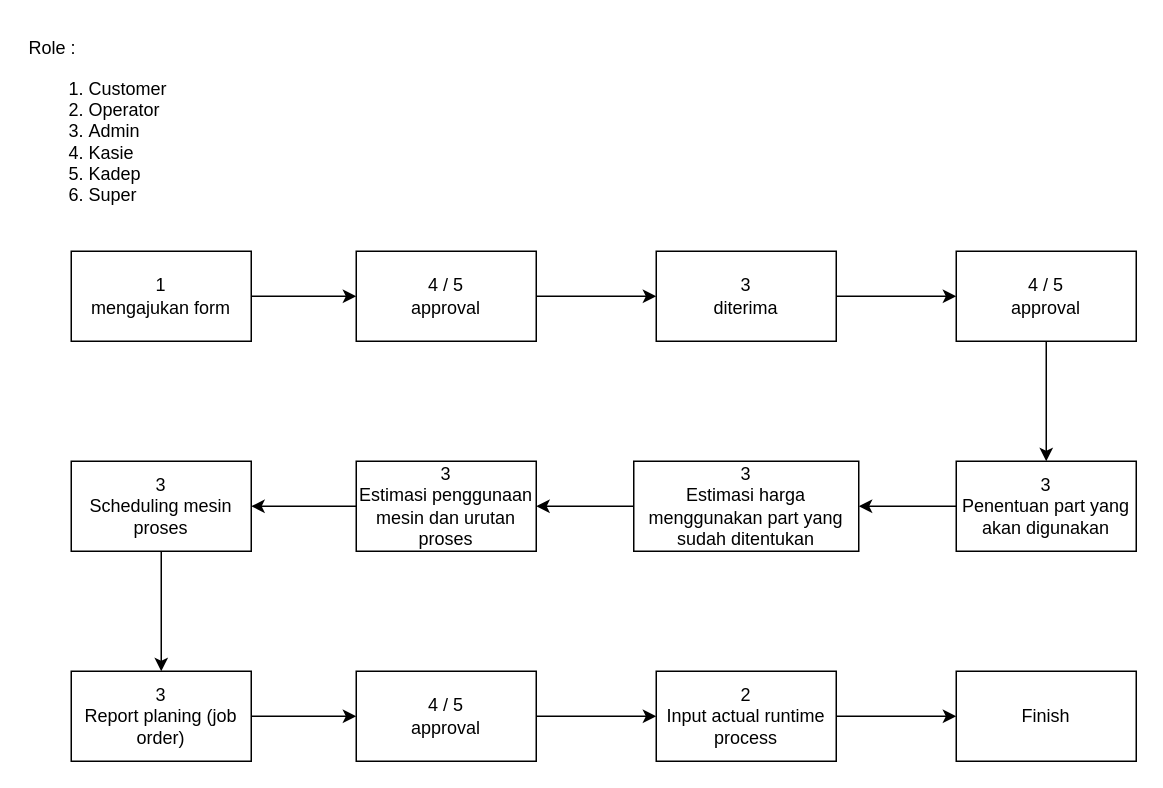
Earlier version of the draw.io diagram page "Flow" (1 of 2) of Digitalisasi Workshop.drawio (ariefriski/digitalisasi-form-workshop). Source tidied: cells renumbered, new cells numbered last; positions are measured from the earlier drawing's top-left corner, leaving out a move shared by most shapes. Both pictures are drawn from the tidied source at 150%, with x=0, y=0 at pixel (26, 26).
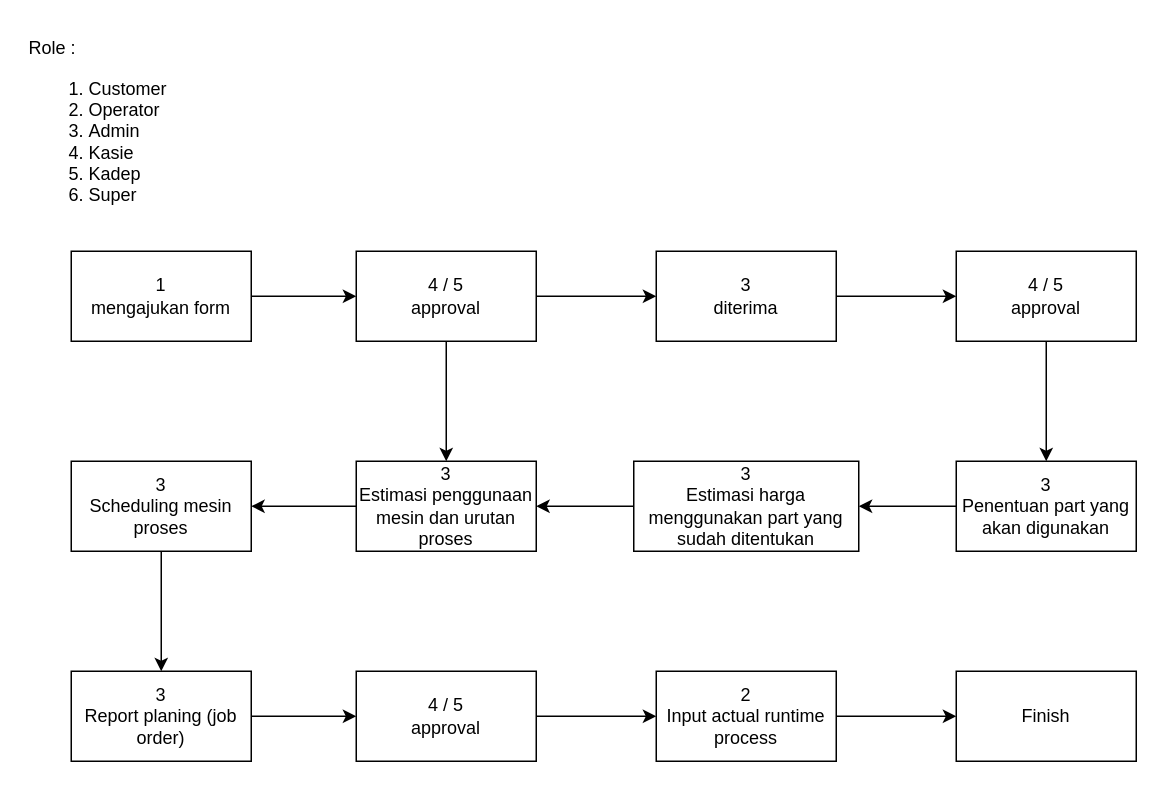
The same diagram, later.

Unchanged cells that the change refers to:
```xml
<mxCell id="6" value="4 / 5&lt;br&gt;approval" style="whiteSpace=wrap;html=1;rounded=0;" parent="1" vertex="1">
  <mxGeometry x="220" y="150" width="120" height="60" as="geometry" />
</mxCell>
<mxCell id="16" value="3&lt;br&gt;Estimasi penggunaan mesin dan urutan proses" style="whiteSpace=wrap;html=1;rounded=0;" parent="1" vertex="1">
  <mxGeometry x="220" y="290" width="120" height="60" as="geometry" />
</mxCell>
```

The edit, as a diff of the source:
```diff
@@
+    <mxCell id="26" style="edgeStyle=orthogonalEdgeStyle;rounded=0;jettySize=auto;html=1;" parent="1" edge="1" source="6" target="16">
+      <mxGeometry relative="1" as="geometry" />
+    </mxCell>
```
